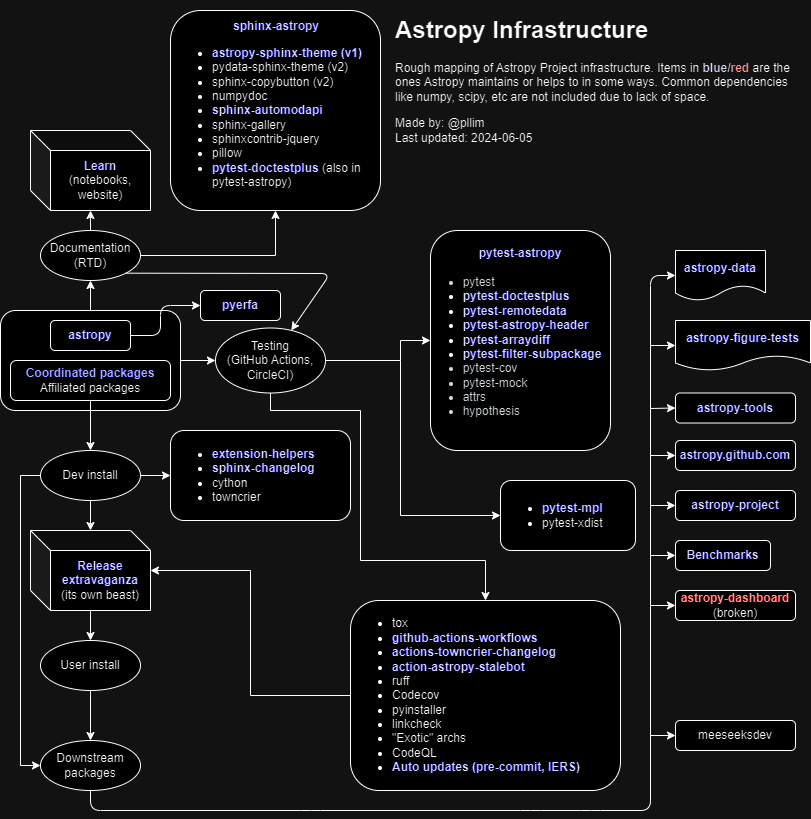
Before: infrastructure/astropy_infrastructure.png, a diagram exported from draw.io (astropy/astropy-project). Source tidied: cells renumbered, new cells last; positions are measured from the earlier drawing's top-left corner, leaving out a move shared by most shapes.
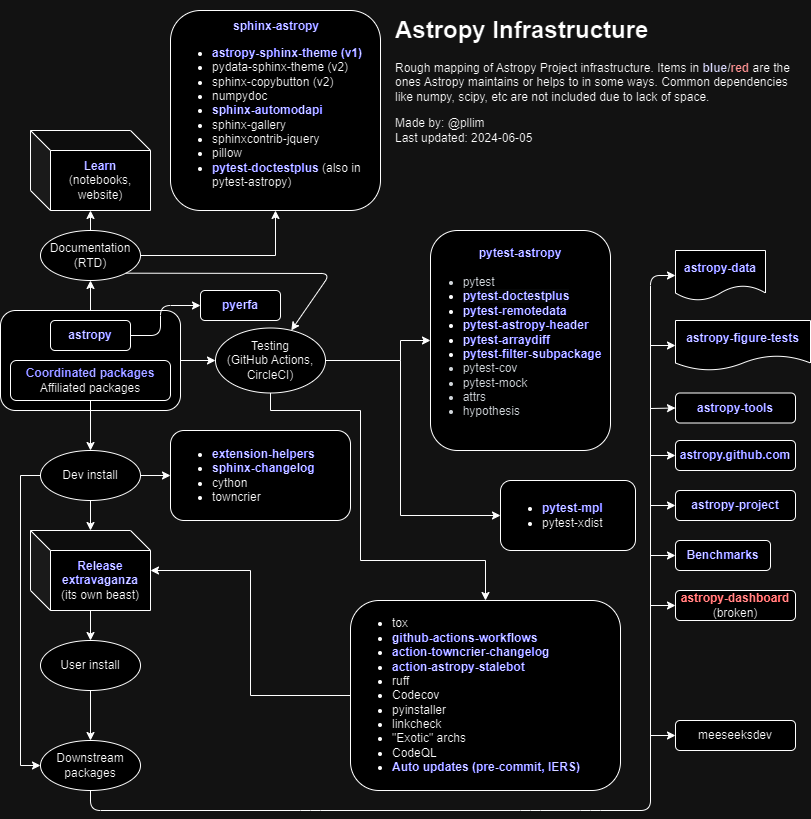
Above is the later version.

Commit message:
Fix typo in flowchart

What changed in the source:
```diff
@@ -47,7 +47,7 @@
     <mxCell id="13" style="edgeStyle=orthogonalEdgeStyle;rounded=0;jettySize=auto;html=1;fontColor=#0000FF;" parent="1" edge="1" source="14" target="39">
       <mxGeometry relative="1" as="geometry" />
     </mxCell>
-    <mxCell id="14" value="&lt;ul&gt;&lt;li&gt;tox&lt;/li&gt;&lt;li&gt;&lt;font color=&quot;#0000ff&quot;&gt;&lt;b&gt;github-actions-workflows&lt;/b&gt;&lt;/font&gt;&lt;br&gt;&lt;/li&gt;&lt;li&gt;&lt;b style=&quot;color: rgb(0 , 0 , 255)&quot;&gt;actions-towncrier-changelog&lt;/b&gt;&lt;/li&gt;&lt;li&gt;&lt;font color=&quot;#0000ff&quot;&gt;&lt;b&gt;action-astropy-stalebot&lt;/b&gt;&lt;/font&gt;&lt;br&gt;&lt;/li&gt;&lt;li&gt;ruff&lt;/li&gt;&lt;li&gt;&lt;span&gt;Codecov&lt;/span&gt;&lt;/li&gt;&lt;li&gt;&lt;span&gt;pyinstaller&lt;/span&gt;&lt;/li&gt;&lt;li&gt;&lt;span&gt;linkcheck&lt;/span&gt;&lt;/li&gt;&lt;li&gt;&lt;span&gt;&quot;Exotic&quot; archs&lt;/span&gt;&lt;/li&gt;&lt;li&gt;&lt;span&gt;CodeQL&lt;/span&gt;&lt;/li&gt;&lt;li&gt;&lt;span&gt;&lt;font color=&quot;#0000ff&quot;&gt;&lt;b&gt;Auto updates (pre-commit, IERS)&lt;/b&gt;&lt;/font&gt;&lt;/span&gt;&lt;/li&gt;&lt;/ul&gt;" style="rounded=1;whiteSpace=wrap;html=1;align=left;labelPosition=center;verticalLabelPosition=middle;verticalAlign=middle;" parent="1" vertex="1">
+    <mxCell id="14" value="&lt;ul&gt;&lt;li&gt;tox&lt;/li&gt;&lt;li&gt;&lt;font color=&quot;#0000ff&quot;&gt;&lt;b&gt;github-actions-workflows&lt;/b&gt;&lt;/font&gt;&lt;br&gt;&lt;/li&gt;&lt;li&gt;&lt;b style=&quot;color: rgb(0 , 0 , 255)&quot;&gt;action-towncrier-changelog&lt;/b&gt;&lt;/li&gt;&lt;li&gt;&lt;font color=&quot;#0000ff&quot;&gt;&lt;b&gt;action-astropy-stalebot&lt;/b&gt;&lt;/font&gt;&lt;br&gt;&lt;/li&gt;&lt;li&gt;ruff&lt;/li&gt;&lt;li&gt;&lt;span&gt;Codecov&lt;/span&gt;&lt;/li&gt;&lt;li&gt;&lt;span&gt;pyinstaller&lt;/span&gt;&lt;/li&gt;&lt;li&gt;&lt;span&gt;linkcheck&lt;/span&gt;&lt;/li&gt;&lt;li&gt;&lt;span&gt;&quot;Exotic&quot; archs&lt;/span&gt;&lt;/li&gt;&lt;li&gt;&lt;span&gt;CodeQL&lt;/span&gt;&lt;/li&gt;&lt;li&gt;&lt;span&gt;&lt;font color=&quot;#0000ff&quot;&gt;&lt;b&gt;Auto updates (pre-commit, IERS)&lt;/b&gt;&lt;/font&gt;&lt;/span&gt;&lt;/li&gt;&lt;/ul&gt;" style="rounded=1;whiteSpace=wrap;html=1;align=left;labelPosition=center;verticalLabelPosition=middle;verticalAlign=middle;" parent="1" vertex="1">
       <mxGeometry x="350" y="590" width="270" height="190" as="geometry" />
     </mxCell>
     <mxCell id="15" value="&lt;div style=&quot;text-align: center&quot;&gt;&lt;b style=&quot;color: rgb(0 , 0 , 255)&quot;&gt;sphinx-astropy&lt;/b&gt;&lt;/div&gt;&lt;div&gt;&lt;ul&gt;&lt;li&gt;&lt;b&gt;&lt;font color=&quot;#0000ff&quot;&gt;astropy-sphinx-theme (v1)&lt;/font&gt;&lt;/b&gt;&lt;/li&gt;&lt;li&gt;pydata-sphinx-theme (v2)&lt;/li&gt;&lt;li&gt;sphinx-copybutton (v2)&lt;/li&gt;&lt;li&gt;numpydoc&lt;/li&gt;&lt;li&gt;&lt;b&gt;&lt;font color=&quot;#0000ff&quot;&gt;sphinx-automodapi&lt;/font&gt;&lt;/b&gt;&lt;/li&gt;&lt;li&gt;sphinx-gallery&lt;/li&gt;&lt;li&gt;sphinxcontrib-jquery&lt;br&gt;&lt;/li&gt;&lt;li&gt;pillow&lt;/li&gt;&lt;li&gt;&lt;b&gt;&lt;font color=&quot;#0000ff&quot;&gt;pytest-doctestplus&lt;/font&gt;&lt;/b&gt; (also in pytest-astropy)&lt;br&gt;&lt;/li&gt;&lt;/ul&gt;&lt;/div&gt;" style="rounded=1;whiteSpace=wrap;html=1;align=left;" parent="1" vertex="1">
```
